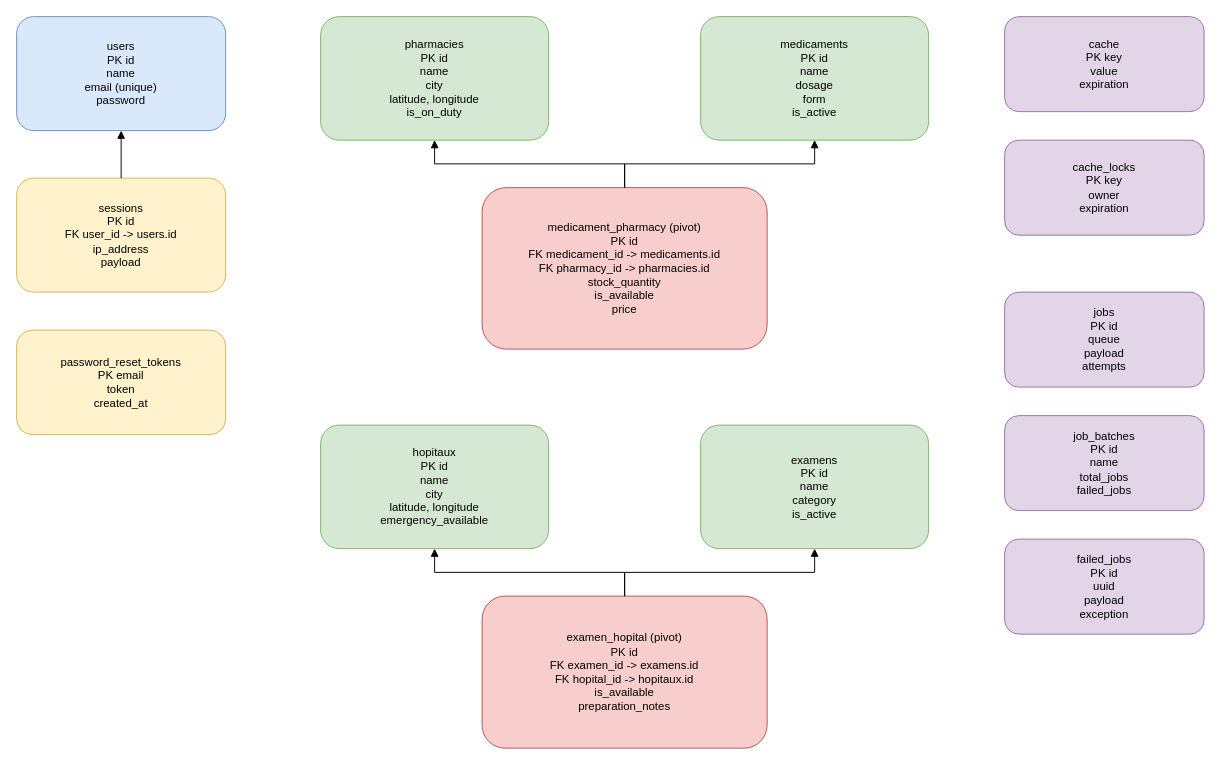
Above: API_PHARMACIE/docs/database_relations.drawio in SUDOROOTc/PROJET_API_SERVICE_MEDICALE_PHARMACEUTIQUE (draw.io), before the change. Source tidied: cells renumbered, new cells numbered last; positions are measured from the earlier drawing's top-left corner, leaving out a move shared by most shapes. Both pictures are drawn from the tidied source at 95%, with x=0, y=0 at pixel (16, 16).
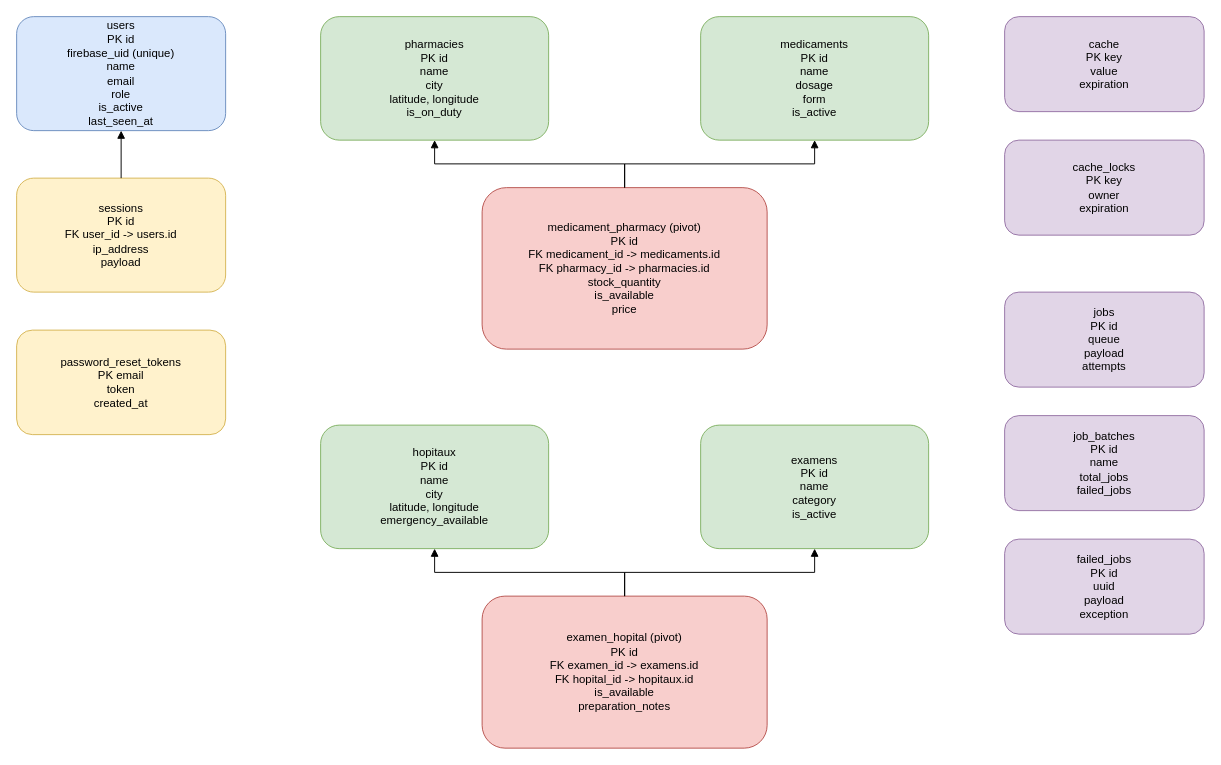
The same diagram, later.

The edit, as a diff of the source:
```diff
@@
-    <mxCell id="2" value="users&#10;PK id&#10;name&#10;email (unique)&#10;password" style="rounded=1;whiteSpace=wrap;html=1;fillColor=#dae8fc;strokeColor=#6c8ebf;" parent="1" vertex="1">
+    <mxCell id="2" value="users&#10;PK id&#10;firebase_uid (unique)&#10;name&#10;email&#10;role&#10;is_active&#10;last_seen_at" style="rounded=1;whiteSpace=wrap;html=1;fillColor=#dae8fc;strokeColor=#6c8ebf;" parent="1" vertex="1">
       <mxGeometry width="220" height="120" as="geometry" />
     </mxCell>
```
